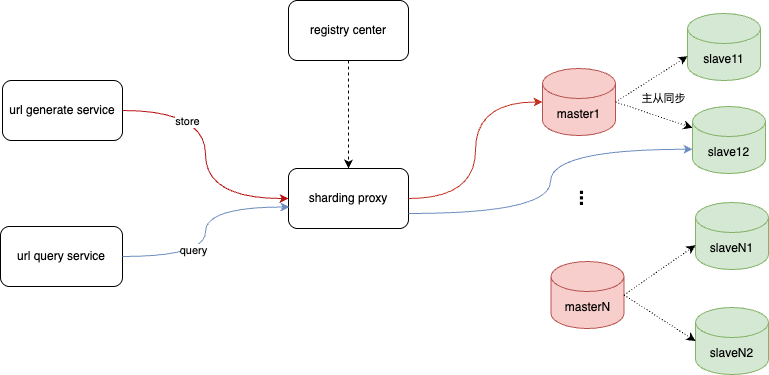
Earlier version of the draw.io export pictures/db.drawio.png (alikWu/system-design). Source tidied: cells renumbered, new cells last; positions are measured from the earlier drawing's top-left corner, leaving out a move shared by most shapes.
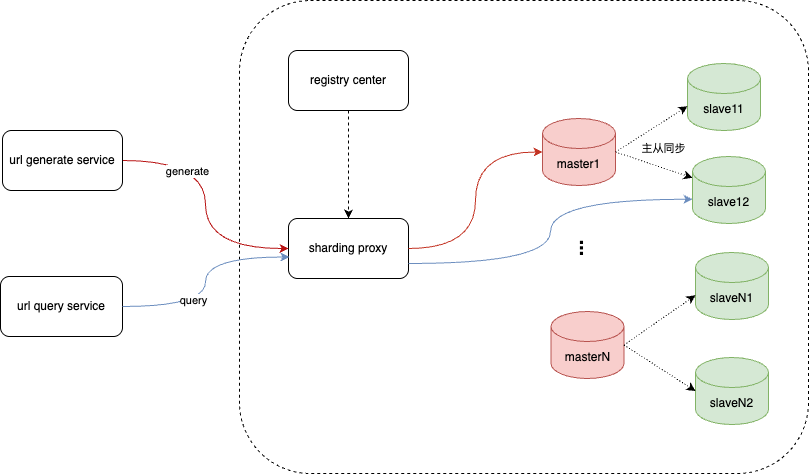
The same diagram one commit later.

What changed in the source:
```diff
@@ -2,6 +2,9 @@
   <root>
     <mxCell id="0" />
     <mxCell id="1" parent="0" />
+    <mxCell id="24" style="rounded=1;whiteSpace=wrap;html=1;dashed=1;" parent="1" vertex="1">
+      <mxGeometry x="239" y="-50" width="569" height="473" as="geometry" />
+    </mxCell>
     <mxCell id="2" style="rounded=0;jettySize=auto;html=1;exitX=1;exitY=0.5;exitDx=0;exitDy=0;exitPerimeter=0;dashed=1;dashPattern=1 2;" parent="1" edge="1" source="3" target="7">
       <mxGeometry relative="1" as="geometry" />
     </mxCell>
@@ -47,7 +50,7 @@
     <mxCell id="16" style="edgeStyle=orthogonalEdgeStyle;rounded=0;jettySize=auto;html=1;exitX=1;exitY=0.5;exitDx=0;exitDy=0;entryX=0;entryY=0.5;entryDx=0;entryDy=0;curved=1;strokeColor=#b81414;" parent="1" edge="1" source="18" target="13">
       <mxGeometry relative="1" as="geometry" />
     </mxCell>
-    <mxCell id="17" value="store" style="edgeLabel;html=1;align=center;verticalAlign=middle;" parent="16" vertex="1">
+    <mxCell id="17" value="generate" style="edgeLabel;html=1;align=center;verticalAlign=middle;" parent="16" vertex="1">
       <mxGeometry x="-0.5" y="-9" relative="1" as="geometry">
         <mxPoint y="1" as="offset" />
       </mxGeometry>
```
